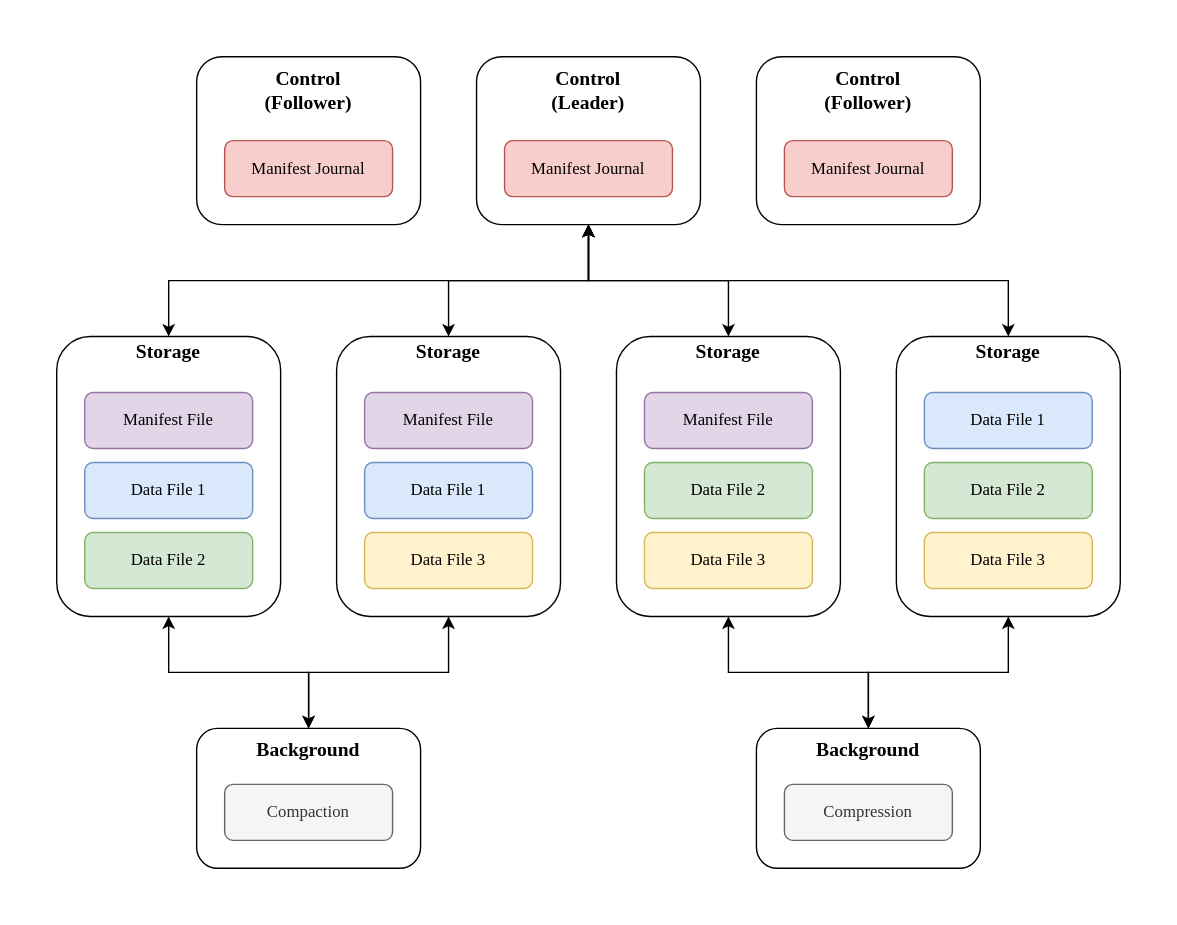
The draw.io diagram docs/images/20210808-storage-architecture.drawio.svg in engula/engula, before a commit. Source tidied: cells renumbered, new cells last; positions are measured from the earlier drawing's top-left corner, leaving out a move shared by most shapes.
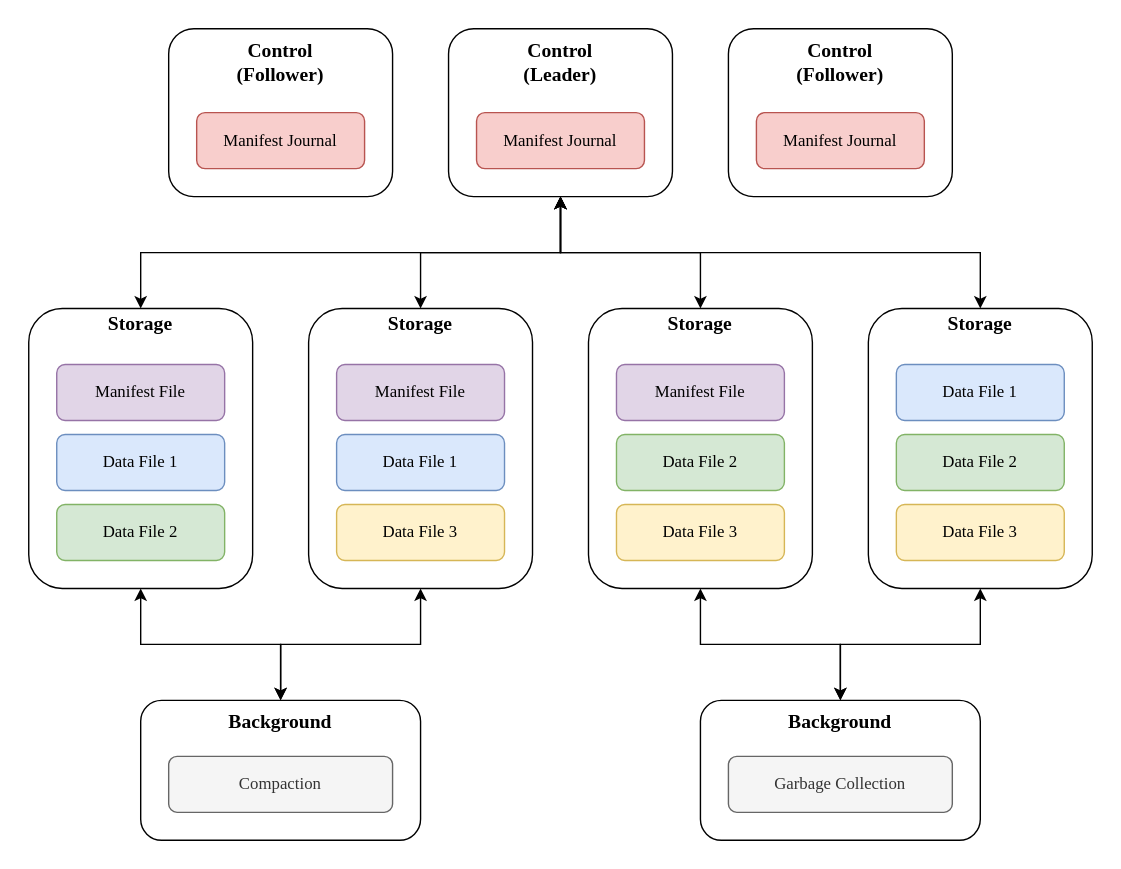
Later version of the same file.

What changed in the source:
```diff
@@ -3,7 +3,7 @@
     <mxCell id="0" />
     <mxCell id="1" parent="0" />
     <mxCell id="2" style="rounded=0;whiteSpace=wrap;html=1;strokeColor=none;" parent="1" vertex="1">
-      <mxGeometry width="840" height="660" as="geometry" />
+      <mxGeometry x="20" y="20" width="800" height="620" as="geometry" />
     </mxCell>
     <mxCell id="3" value="&lt;font style=&quot;font-size: 14px&quot;&gt;&lt;b&gt;&lt;font face=&quot;Operator Mono&quot;&gt;&lt;font style=&quot;font-size: 14px&quot;&gt;Storage&lt;br&gt;&lt;/font&gt;&lt;br&gt;&lt;br&gt;&lt;br&gt;&lt;br&gt;&lt;br&gt;&lt;br&gt;&lt;br&gt;&lt;br&gt;&lt;br&gt;&lt;/font&gt;&lt;br&gt;&lt;/b&gt;&lt;/font&gt;" style="rounded=1;whiteSpace=wrap;html=1;" parent="1" vertex="1">
       <mxGeometry x="40" y="240" width="160" height="200" as="geometry" />
@@ -90,10 +90,10 @@
       <mxGeometry relative="1" as="geometry" />
     </mxCell>
     <mxCell id="31" value="&lt;font style=&quot;font-size: 14px&quot;&gt;&lt;b&gt;&lt;font face=&quot;Operator Mono&quot;&gt;&lt;font style=&quot;font-size: 14px&quot;&gt;Background&lt;br&gt;&lt;/font&gt;&lt;br&gt;&lt;br&gt;&lt;br&gt;&lt;/font&gt;&lt;br&gt;&lt;/b&gt;&lt;/font&gt;" style="rounded=1;whiteSpace=wrap;html=1;" parent="1" vertex="1">
-      <mxGeometry x="140" y="520" width="160" height="100" as="geometry" />
+      <mxGeometry x="120" y="520" width="200" height="100" as="geometry" />
     </mxCell>
     <mxCell id="32" value="Compaction" style="rounded=1;whiteSpace=wrap;html=1;fillColor=#f5f5f5;strokeColor=#666666;fontFamily=Operator Mono;fontColor=#333333;" parent="1" vertex="1">
-      <mxGeometry x="160" y="560" width="120" height="40" as="geometry" />
+      <mxGeometry x="140" y="560" width="160" height="40" as="geometry" />
     </mxCell>
     <mxCell id="33" style="edgeStyle=orthogonalEdgeStyle;rounded=0;jettySize=auto;html=1;exitX=0.5;exitY=0;exitDx=0;exitDy=0;entryX=0.5;entryY=1;entryDx=0;entryDy=0;startArrow=classic;startFill=1;" parent="1" edge="1" source="35" target="11">
       <mxGeometry relative="1" as="geometry" />
@@ -102,10 +102,10 @@
       <mxGeometry relative="1" as="geometry" />
     </mxCell>
     <mxCell id="35" value="&lt;font style=&quot;font-size: 14px&quot;&gt;&lt;b&gt;&lt;font face=&quot;Operator Mono&quot;&gt;&lt;font style=&quot;font-size: 14px&quot;&gt;Background&lt;br&gt;&lt;/font&gt;&lt;br&gt;&lt;br&gt;&lt;br&gt;&lt;/font&gt;&lt;br&gt;&lt;/b&gt;&lt;/font&gt;" style="rounded=1;whiteSpace=wrap;html=1;" parent="1" vertex="1">
-      <mxGeometry x="540" y="520" width="160" height="100" as="geometry" />
+      <mxGeometry x="520" y="520" width="200" height="100" as="geometry" />
     </mxCell>
-    <mxCell id="36" value="Compression" style="rounded=1;whiteSpace=wrap;html=1;fillColor=#f5f5f5;strokeColor=#666666;fontFamily=Operator Mono;fontColor=#333333;" parent="1" vertex="1">
-      <mxGeometry x="560" y="560" width="120" height="40" as="geometry" />
+    <mxCell id="36" value="Garbage Collection" style="rounded=1;whiteSpace=wrap;html=1;fillColor=#f5f5f5;strokeColor=#666666;fontFamily=Operator Mono;fontColor=#333333;" parent="1" vertex="1">
+      <mxGeometry x="540" y="560" width="160" height="40" as="geometry" />
     </mxCell>
   </root>
 </mxGraphModel>
```
